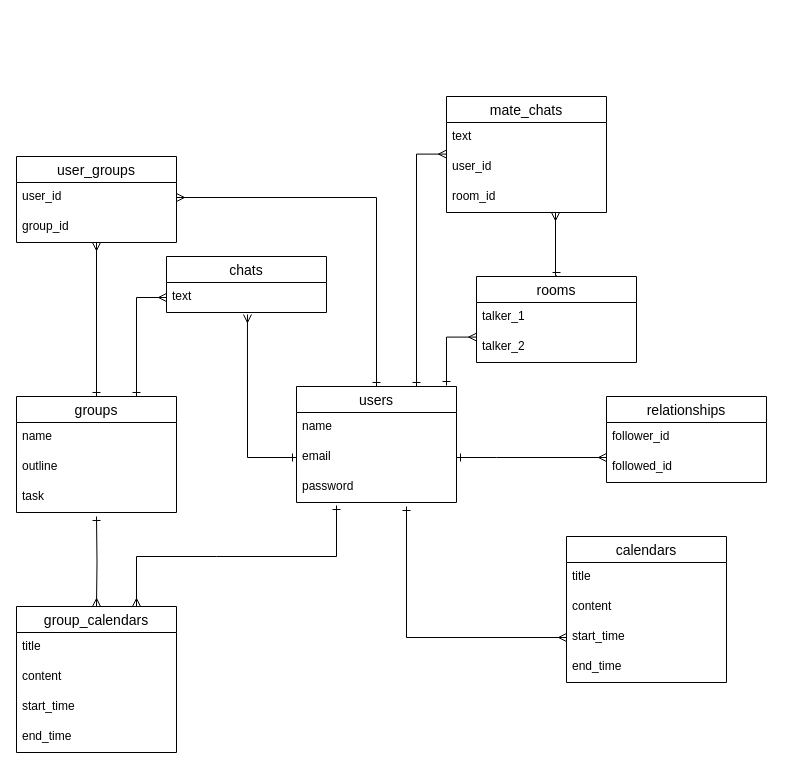
Earlier version of the draw.io diagram group_calendar_er.dio (yamaday0u/group_calendar). Source tidied: cells renumbered, new cells numbered last; positions are measured from the earlier drawing's top-left corner, leaving out a move shared by most shapes. Both pictures are drawn from the tidied source at 100%, with x=0, y=0 at pixel (16, 96).
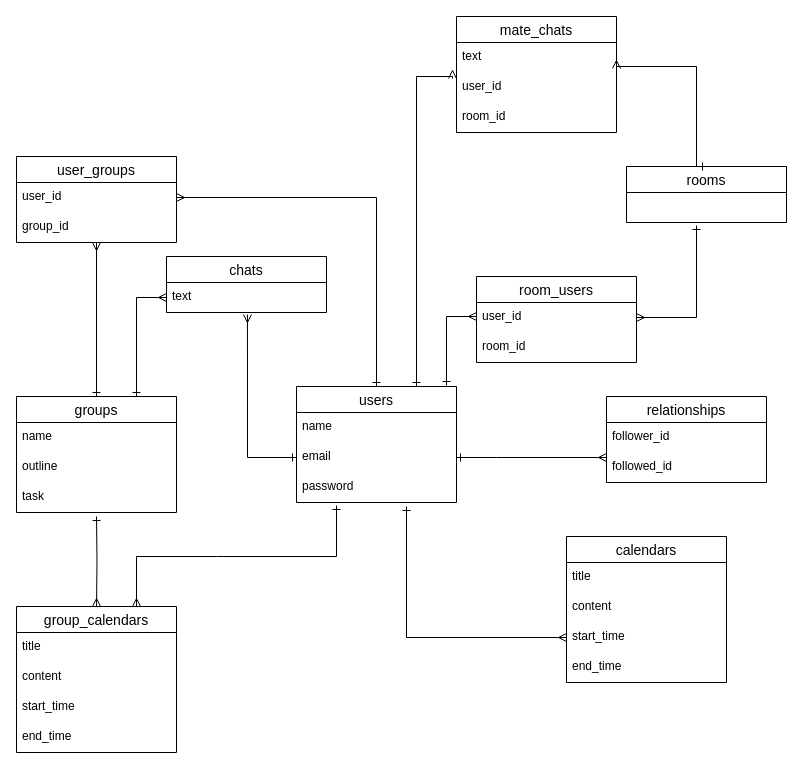
The same diagram, later.

Commit message (it also covers changes not shown here):
Update Entity relationship diagram & README

Unchanged cells that the change refers to:
```xml
<mxCell id="2" value="users" style="swimlane;fontStyle=0;horizontal=1;startSize=26;align=center;fontSize=14;" parent="1" vertex="1">
  <mxGeometry x="280" y="290" width="160" height="116" as="geometry" />
</mxCell>
<mxCell id="41" value="user_id" style="text;strokeColor=none;fillColor=none;spacingLeft=4;spacingRight=4;overflow=hidden;points=[[0,0.5],[1,0.5]];portConstraint=eastwest;fontSize=12;" parent="39" vertex="1">
  <mxGeometry y="56" width="160" height="30" as="geometry" />
</mxCell>
<mxCell id="42" value="room_id" style="text;strokeColor=none;fillColor=none;spacingLeft=4;spacingRight=4;overflow=hidden;points=[[0,0.5],[1,0.5]];portConstraint=eastwest;fontSize=12;" parent="39" vertex="1">
  <mxGeometry y="86" width="160" height="30" as="geometry" />
</mxCell>
```

What changed in the source:
```diff
@@
-    <mxCell id="36" value="rooms" style="swimlane;fontStyle=0;horizontal=1;startSize=26;align=center;fontSize=14;" parent="1" vertex="1">
+    <mxCell id="36" value="room_users" style="swimlane;fontStyle=0;horizontal=1;startSize=26;align=center;fontSize=14;" parent="1" vertex="1">
       <mxGeometry x="460" y="180" width="160" height="86" as="geometry" />
     </mxCell>
-    <mxCell id="37" value="talker_1" style="text;strokeColor=none;fillColor=none;spacingLeft=4;spacingRight=4;overflow=hidden;points=[[0,0.5],[1,0.5]];portConstraint=eastwest;fontSize=12;" parent="36" vertex="1">
+    <mxCell id="37" value="user_id" style="text;strokeColor=none;fillColor=none;spacingLeft=4;spacingRight=4;overflow=hidden;points=[[0,0.5],[1,0.5]];portConstraint=eastwest;fontSize=12;" parent="36" vertex="1">
       <mxGeometry y="26" width="160" height="30" as="geometry" />
     </mxCell>
-    <mxCell id="38" value="talker_2" style="text;strokeColor=none;fillColor=none;spacingLeft=4;spacingRight=4;overflow=hidden;points=[[0,0.5],[1,0.5]];portConstraint=eastwest;fontSize=12;" parent="36" vertex="1">
+    <mxCell id="38" value="room_id" style="text;strokeColor=none;fillColor=none;spacingLeft=4;spacingRight=4;overflow=hidden;points=[[0,0.5],[1,0.5]];portConstraint=eastwest;fontSize=12;" parent="36" vertex="1">
       <mxGeometry y="56" width="160" height="30" as="geometry" />
     </mxCell>
     <mxCell id="39" value="mate_chats" style="swimlane;fontStyle=0;horizontal=1;startSize=26;align=center;fontSize=14;" parent="1" vertex="1">
-      <mxGeometry x="430" width="160" height="116" as="geometry" />
+      <mxGeometry x="440" y="-80" width="160" height="116" as="geometry" />
     </mxCell>
@@
-    <mxCell id="43" style="edgeStyle=orthogonalEdgeStyle;rounded=0;jettySize=auto;html=1;endArrow=ERmany;endFill=0;startArrow=ERone;startFill=0;entryX=0.001;entryY=0.153;entryDx=0;entryDy=0;entryPerimeter=0;" parent="1" edge="1" target="38">
+    <mxCell id="43" style="edgeStyle=orthogonalEdgeStyle;rounded=0;orthogonalLoop=1;jettySize=auto;html=1;endArrow=ERmany;endFill=0;startArrow=ERone;startFill=0;" parent="1" edge="1">
       <mxGeometry relative="1" as="geometry">
         <mxPoint x="430" y="289" as="sourcePoint" />
+        <mxPoint x="460" y="220" as="targetPoint" />
         <Array as="points">
-          <mxPoint x="430" y="241" />
+          <mxPoint x="430" y="220" />
+          <mxPoint x="460" y="220" />
         </Array>
       </mxGeometry>
     </mxCell>
-    <mxCell id="44" style="edgeStyle=orthogonalEdgeStyle;rounded=0;jettySize=auto;html=1;exitX=0.75;exitY=0;exitDx=0;exitDy=0;endArrow=ERmany;endFill=0;startArrow=ERone;startFill=0;" parent="1" edge="1" source="2">
+    <mxCell id="44" style="edgeStyle=orthogonalEdgeStyle;rounded=0;jettySize=auto;html=1;exitX=0.75;exitY=0;exitDx=0;exitDy=0;endArrow=ERmany;endFill=0;startArrow=ERone;startFill=0;entryX=-0.025;entryY=0.2;entryDx=0;entryDy=0;entryPerimeter=0;" parent="1" edge="1" source="2" target="41">
       <mxGeometry relative="1" as="geometry">
-        <mxPoint x="430" y="57.6" as="targetPoint" />
         <Array as="points">
-          <mxPoint x="400" y="58" />
+          <mxPoint x="400" y="-20" />
+          <mxPoint x="436" y="-20" />
         </Array>
       </mxGeometry>
     </mxCell>
-    <mxCell id="45" style="edgeStyle=orthogonalEdgeStyle;rounded=0;jettySize=auto;html=1;endArrow=ERmany;endFill=0;startArrow=ERone;startFill=0;exitX=0.5;exitY=0;exitDx=0;exitDy=0;" parent="1" edge="1" source="36" target="42">
+    <mxCell id="45" style="edgeStyle=orthogonalEdgeStyle;rounded=0;jettySize=auto;html=1;endArrow=ERone;endFill=0;startArrow=ERmany;startFill=0;exitX=1;exitY=0.5;exitDx=0;exitDy=0;" parent="1" edge="1" source="37">
       <mxGeometry relative="1" as="geometry">
+        <mxPoint x="680" y="129" as="targetPoint" />
         <Array as="points">
-          <mxPoint x="540" y="179" />
-          <mxPoint x="539" y="179" />
+          <mxPoint x="680" y="221" />
         </Array>
       </mxGeometry>
     </mxCell>
+    <mxCell id="46" value="rooms" style="swimlane;fontStyle=0;horizontal=1;startSize=26;align=center;fontSize=14;" parent="1" vertex="1">
+      <mxGeometry x="610" y="70" width="160" height="56" as="geometry" />
+    </mxCell>
+    <mxCell id="47" style="edgeStyle=orthogonalEdgeStyle;rounded=0;jettySize=auto;html=1;exitX=0.5;exitY=0;exitDx=0;exitDy=0;endArrow=ERmany;endFill=0;startArrow=ERone;startFill=0;entryX=-0.025;entryY=0.2;entryDx=0;entryDy=0;entryPerimeter=0;" parent="1" edge="1" source="46">
+      <mxGeometry relative="1" as="geometry">
+        <mxPoint x="600" y="-28" as="targetPoint" />
+        <Array as="points">
+          <mxPoint x="680" y="70" />
+          <mxPoint x="680" y="-30" />
+          <mxPoint x="600" y="-30" />
+        </Array>
+      </mxGeometry>
+    </mxCell>
```
